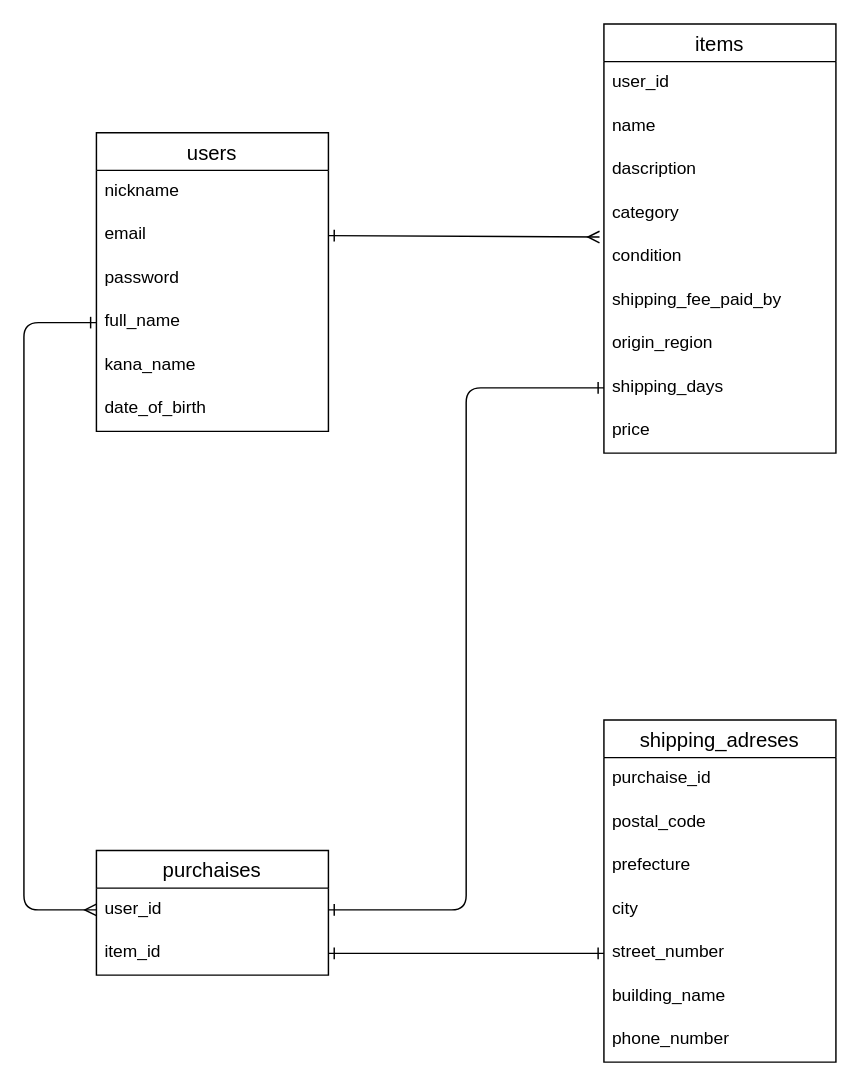
319tomoshi/furima-39963 keeps this draw.io diagram as test.dio. Above is the earlier version. Source tidied: cells renumbered, new cells numbered last; positions are measured from the earlier drawing's top-left corner, leaving out a move shared by most shapes. Both pictures are drawn from the tidied source at 145%, with x=0, y=0 at pixel (23, 23).
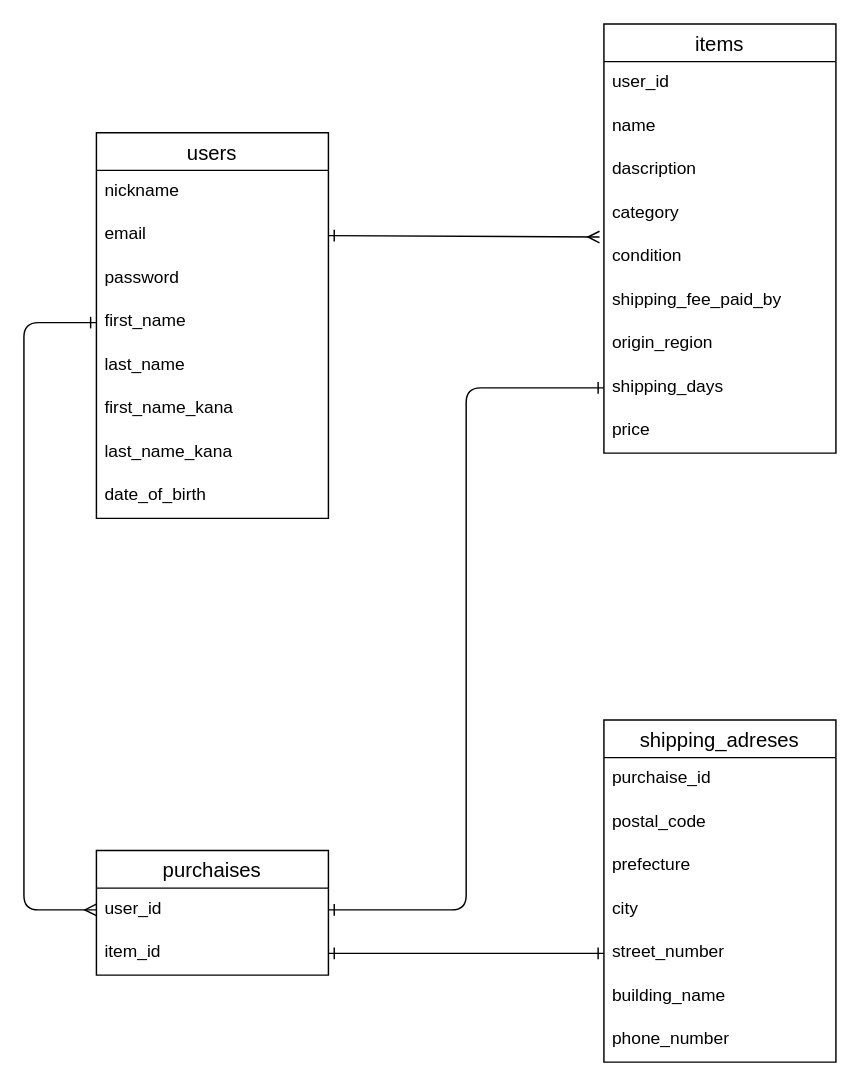
The same page after the edit.

Commit message (it also covers changes not shown here):
データベース設計を修正②

Change to the diagram source:
```diff
@@
     <mxCell id="2" value="users" style="swimlane;fontStyle=0;horizontal=1;startSize=26;align=center;fontSize=14;" parent="1" vertex="1">
-      <mxGeometry x="50" y="75" width="160" height="206" as="geometry" />
+      <mxGeometry x="50" y="75" width="160" height="266" as="geometry" />
     </mxCell>
@@
-    <mxCell id="6" value="full_name" style="text;strokeColor=none;fillColor=none;spacingLeft=4;spacingRight=4;overflow=hidden;points=[[0,0.5],[1,0.5]];portConstraint=eastwest;fontSize=12;" parent="2" vertex="1">
+    <mxCell id="6" value="first_name" style="text;strokeColor=none;fillColor=none;spacingLeft=4;spacingRight=4;overflow=hidden;points=[[0,0.5],[1,0.5]];portConstraint=eastwest;fontSize=12;" parent="2" vertex="1">
       <mxGeometry y="116" width="160" height="30" as="geometry" />
     </mxCell>
-    <mxCell id="7" value="kana_name" style="text;strokeColor=none;fillColor=none;spacingLeft=4;spacingRight=4;overflow=hidden;fontSize=12;" parent="2" vertex="1">
+    <mxCell id="7" value="last_name" style="text;strokeColor=none;fillColor=none;spacingLeft=4;spacingRight=4;overflow=hidden;fontSize=12;" parent="2" vertex="1">
       <mxGeometry y="146" width="160" height="30" as="geometry" />
     </mxCell>
+    <mxCell id="34" value="first_name_kana" style="text;strokeColor=none;fillColor=none;spacingLeft=4;spacingRight=4;overflow=hidden;fontSize=12;" parent="2" vertex="1">
+      <mxGeometry y="176" width="160" height="30" as="geometry" />
+    </mxCell>
+    <mxCell id="35" value="last_name_kana" style="text;strokeColor=none;fillColor=none;spacingLeft=4;spacingRight=4;overflow=hidden;fontSize=12;" parent="2" vertex="1">
+      <mxGeometry y="206" width="160" height="30" as="geometry" />
+    </mxCell>
     <mxCell id="8" value="date_of_birth" style="text;strokeColor=none;fillColor=none;spacingLeft=4;spacingRight=4;overflow=hidden;fontSize=12;" parent="2" vertex="1">
-      <mxGeometry y="176" width="160" height="30" as="geometry" />
+      <mxGeometry y="236" width="160" height="30" as="geometry" />
     </mxCell>
```
